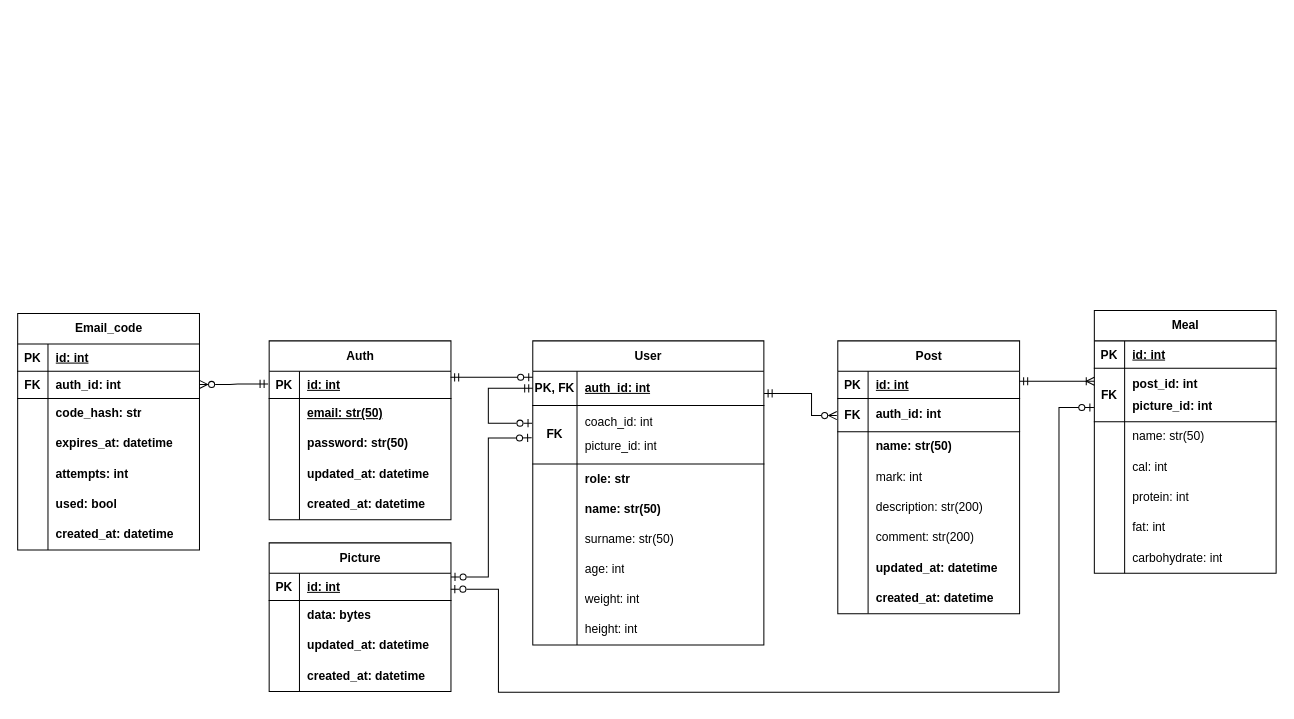
The draw.io diagram backend/arch/er.drawio in geeno16/mealcoach, before the edit. Source tidied: cells renumbered, new cells numbered last; positions are measured from the earlier drawing's top-left corner, leaving out a move shared by most shapes. Both pictures are drawn from the tidied source at 101%, with x=0, y=0 at pixel (17, 310).
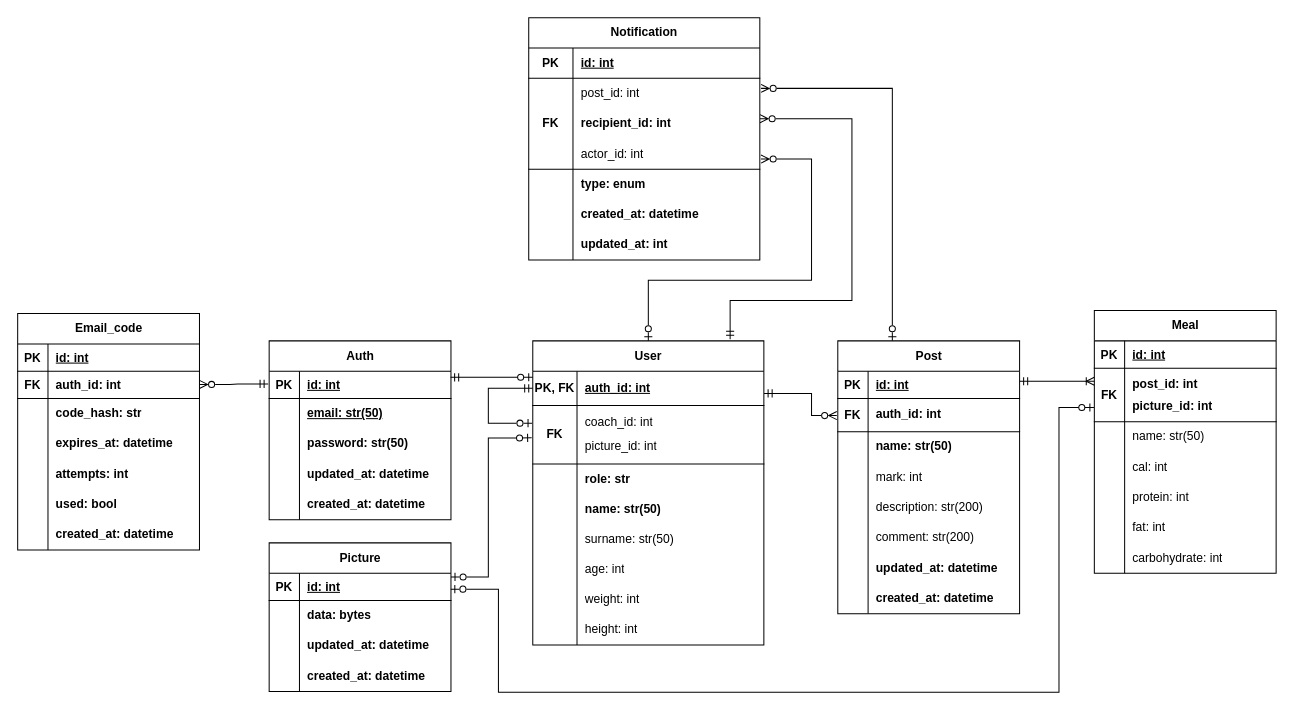
Above is the later version.

Unchanged cells that the change refers to:
```xml
<mxCell id="18" value="User" style="shape=table;startSize=30;childLayout=tableLayout;rowLines=0;fontStyle=1;align=center;html=1;fillColor=none;" parent="1" vertex="1">
  <mxGeometry x="510" y="30" width="228.8" height="301" as="geometry" />
</mxCell>
```

Diff of the diagram source:
```diff
@@
+    <mxCell id="139" style="group;" parent="1" vertex="1">
+      <mxGeometry x="506" y="-290" width="228.8" height="240" as="geometry" />
+    </mxCell>
+    <mxCell id="140" value="Notification" style="shape=table;startSize=30;childLayout=tableLayout;rowLines=0;fontStyle=1;align=center;html=1;fillColor=none;" parent="139" vertex="1">
+      <mxGeometry width="228.8" height="240" as="geometry" />
+    </mxCell>
+    <mxCell id="141" style="shape=tableRow;horizontal=0;startSize=0;swimlaneHead=0;swimlaneBody=0;fillColor=none;top=0;left=0;right=0;bottom=1;" parent="140" vertex="1">
+      <mxGeometry y="30" width="228.8" height="30" as="geometry" />
+    </mxCell>
+    <mxCell id="142" value="PK" style="shape=partialRectangle;fillColor=none;top=0;left=0;bottom=0;right=0;fontStyle=1;overflow=hidden;whiteSpace=wrap;html=1;" parent="141" vertex="1">
+      <mxGeometry width="43.8" height="30" as="geometry" />
+    </mxCell>
+    <mxCell id="143" value="id: int" style="shape=partialRectangle;fillColor=none;top=0;left=0;bottom=0;right=0;align=left;spacingLeft=6;fontStyle=5;overflow=hidden;whiteSpace=wrap;html=1;" parent="141" vertex="1">
+      <mxGeometry x="43.8" width="185" height="30" as="geometry" />
+    </mxCell>
+    <mxCell id="144" style="shape=tableRow;horizontal=0;startSize=0;swimlaneHead=0;swimlaneBody=0;fillColor=none;top=0;left=0;right=0;bottom=1;" parent="140" vertex="1">
+      <mxGeometry y="60" width="228.8" height="90" as="geometry" />
+    </mxCell>
+    <mxCell id="145" value="FK" style="shape=partialRectangle;fillColor=none;top=0;left=0;bottom=0;right=0;fontStyle=1;overflow=hidden;whiteSpace=wrap;html=1;" parent="144" vertex="1">
+      <mxGeometry width="43.8" height="90" as="geometry" />
+    </mxCell>
+    <mxCell id="146" style="shape=partialRectangle;fillColor=none;top=0;left=0;bottom=0;right=0;align=left;spacingLeft=6;fontStyle=5;overflow=hidden;whiteSpace=wrap;html=1;" parent="144" vertex="1">
+      <mxGeometry x="43.8" width="185" height="90" as="geometry" />
+    </mxCell>
+    <mxCell id="147" style="shape=tableRow;horizontal=0;startSize=0;swimlaneHead=0;swimlaneBody=0;fillColor=none;top=0;left=0;right=0;bottom=0;" parent="140" vertex="1">
+      <mxGeometry y="150" width="228.8" height="30" as="geometry" />
+    </mxCell>
+    <mxCell id="148" style="shape=partialRectangle;fillColor=none;top=0;left=0;bottom=0;right=0;overflow=hidden;whiteSpace=wrap;html=1;" parent="147" vertex="1">
+      <mxGeometry width="43.8" height="30" as="geometry" />
+    </mxCell>
+    <mxCell id="149" value="&lt;b&gt;type: enum&lt;/b&gt;" style="shape=partialRectangle;fillColor=none;top=0;left=0;bottom=0;right=0;align=left;spacingLeft=6;overflow=hidden;whiteSpace=wrap;html=1;" parent="147" vertex="1">
+      <mxGeometry x="43.8" width="185" height="30" as="geometry" />
+    </mxCell>
+    <mxCell id="150" style="shape=tableRow;horizontal=0;startSize=0;swimlaneHead=0;swimlaneBody=0;fillColor=none;top=0;left=0;right=0;bottom=0;" parent="140" vertex="1">
+      <mxGeometry y="180" width="228.8" height="30" as="geometry" />
+    </mxCell>
+    <mxCell id="151" style="shape=partialRectangle;fillColor=none;top=0;left=0;bottom=0;right=0;overflow=hidden;whiteSpace=wrap;html=1;" parent="150" vertex="1">
+      <mxGeometry width="43.8" height="30" as="geometry" />
+    </mxCell>
+    <mxCell id="152" value="&lt;span style=&quot;caret-color: rgb(0, 0, 0);&quot;&gt;&lt;b&gt;created_at: datetime&lt;/b&gt;&lt;/span&gt;" style="shape=partialRectangle;fillColor=none;top=0;left=0;bottom=0;right=0;align=left;spacingLeft=6;overflow=hidden;whiteSpace=wrap;html=1;" parent="150" vertex="1">
+      <mxGeometry x="43.8" width="185" height="30" as="geometry" />
+    </mxCell>
+    <mxCell id="153" style="shape=tableRow;horizontal=0;startSize=0;swimlaneHead=0;swimlaneBody=0;fillColor=none;top=0;left=0;right=0;bottom=0;" parent="140" vertex="1">
+      <mxGeometry y="210" width="228.8" height="30" as="geometry" />
+    </mxCell>
+    <mxCell id="154" style="shape=partialRectangle;fillColor=none;top=0;left=0;bottom=0;right=0;overflow=hidden;whiteSpace=wrap;html=1;" parent="153" vertex="1">
+      <mxGeometry width="43.8" height="30" as="geometry" />
+    </mxCell>
+    <mxCell id="155" value="&lt;span style=&quot;caret-color: rgb(0, 0, 0);&quot;&gt;&lt;b&gt;updated_at: int&lt;/b&gt;&lt;/span&gt;" style="shape=partialRectangle;fillColor=none;top=0;left=0;bottom=0;right=0;align=left;spacingLeft=6;overflow=hidden;whiteSpace=wrap;html=1;" parent="153" vertex="1">
+      <mxGeometry x="43.8" width="185" height="30" as="geometry" />
+    </mxCell>
+    <mxCell id="156" value="post_id: int" style="shape=partialRectangle;fillColor=none;top=0;left=0;bottom=0;right=0;align=left;spacingLeft=6;overflow=hidden;whiteSpace=wrap;html=1;" parent="139" vertex="1">
+      <mxGeometry x="43.8" y="60" width="185" height="30" as="geometry" />
+    </mxCell>
+    <mxCell id="157" value="&lt;b&gt;recipient_id: int&lt;/b&gt;" style="shape=partialRectangle;fillColor=none;top=0;left=0;bottom=0;right=0;align=left;spacingLeft=6;overflow=hidden;whiteSpace=wrap;html=1;" parent="139" vertex="1">
+      <mxGeometry x="43.8" y="90" width="185" height="30" as="geometry" />
+    </mxCell>
+    <mxCell id="158" value="actor_id: int" style="shape=partialRectangle;fillColor=none;top=0;left=0;bottom=0;right=0;align=left;spacingLeft=6;overflow=hidden;whiteSpace=wrap;html=1;" parent="139" vertex="1">
+      <mxGeometry x="43.8" y="120" width="185" height="30" as="geometry" />
+    </mxCell>
+    <mxCell id="159" style="edgeStyle=orthogonalEdgeStyle;fontSize=12;html=1;endArrow=ERmandOne;startArrow=ERzeroToMany;rounded=0;endFill=0;entryX=0.854;entryY=-0.005;entryDx=0;entryDy=0;entryPerimeter=0;startFill=0;" parent="1" edge="1" target="18">
+      <mxGeometry relative="1" as="geometry">
+        <mxPoint x="735" y="-190" as="sourcePoint" />
+        <Array as="points">
+          <mxPoint x="826" y="-190" />
+          <mxPoint x="826" y="-10" />
+          <mxPoint x="705" y="-10" />
+        </Array>
+      </mxGeometry>
+    </mxCell>
+    <mxCell id="160" style="edgeStyle=orthogonalEdgeStyle;fontSize=12;html=1;endArrow=ERzeroToOne;startArrow=ERzeroToMany;rounded=0;endFill=0;entryX=0.5;entryY=0;entryDx=0;entryDy=0;startFill=0;" parent="1" edge="1" target="18">
+      <mxGeometry relative="1" as="geometry">
+        <mxPoint x="736" y="-150" as="sourcePoint" />
+        <Array as="points">
+          <mxPoint x="786" y="-150" />
+          <mxPoint x="786" y="-30" />
+          <mxPoint x="624" y="-30" />
+        </Array>
+      </mxGeometry>
+    </mxCell>
+    <mxCell id="161" style="edgeStyle=orthogonalEdgeStyle;fontSize=12;html=1;endArrow=ERzeroToOne;startArrow=ERzeroToMany;rounded=0;endFill=0;entryX=0.854;entryY=-0.005;entryDx=0;entryDy=0;entryPerimeter=0;startFill=0;" parent="1" edge="1">
+      <mxGeometry relative="1" as="geometry">
+        <mxPoint x="736" y="-220" as="sourcePoint" />
+        <mxPoint x="866" y="30" as="targetPoint" />
+        <Array as="points">
+          <mxPoint x="866" y="-220" />
+        </Array>
+      </mxGeometry>
+    </mxCell>
```
